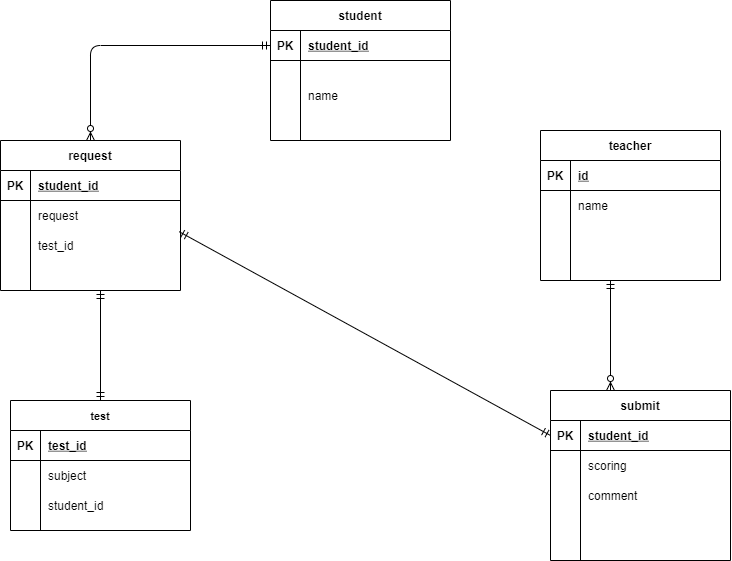
Before: index.drawio.png, a diagram exported from draw.io (kgrkgr/datebase). Source tidied: cells renumbered, new cells last; positions are measured from the earlier drawing's top-left corner, leaving out a move shared by most shapes.
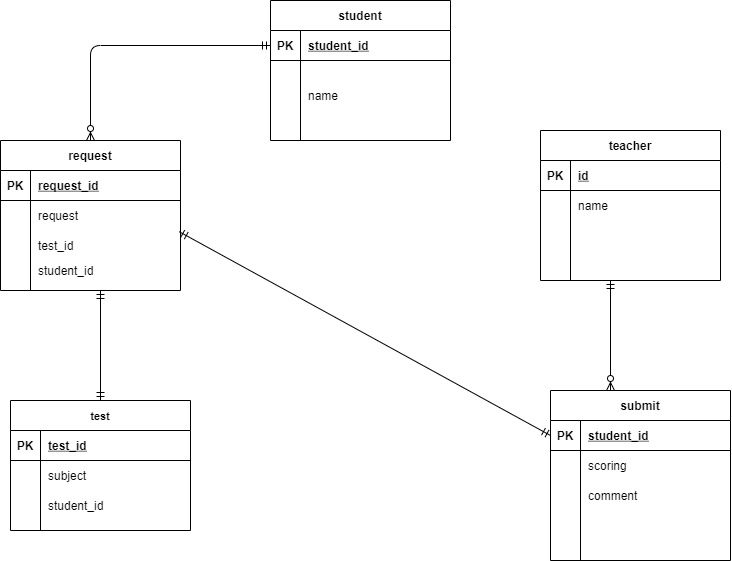
Above is the later version.

What changed in the source:
```diff
@@ -128,7 +128,7 @@
     <mxCell id="43" value="PK" style="shape=partialRectangle;fillColor=none;top=0;left=0;bottom=0;right=0;fontStyle=1;overflow=hidden;" parent="42" vertex="1">
       <mxGeometry width="30" height="30" as="geometry" />
     </mxCell>
-    <mxCell id="44" value="student_id" style="shape=partialRectangle;fillColor=none;top=0;left=0;bottom=0;right=0;align=left;spacingLeft=6;fontStyle=5;overflow=hidden;" parent="42" vertex="1">
+    <mxCell id="44" value="request_id" style="shape=partialRectangle;fillColor=none;top=0;left=0;bottom=0;right=0;align=left;spacingLeft=6;fontStyle=5;overflow=hidden;" parent="42" vertex="1">
       <mxGeometry x="30" width="150" height="30" as="geometry" />
     </mxCell>
     <mxCell id="45" style="shape=partialRectangle;fillColor=none;top=0;left=0;bottom=0;right=0;" parent="41" vertex="1">
@@ -155,7 +155,7 @@
     <mxCell id="52" style="shape=partialRectangle;fillColor=none;top=0;left=0;bottom=0;right=0;overflow=hidden;" parent="51" vertex="1">
       <mxGeometry width="30" height="20" as="geometry" />
     </mxCell>
-    <mxCell id="53" style="shape=partialRectangle;fillColor=none;top=0;left=0;bottom=0;right=0;align=left;spacingLeft=6;overflow=hidden;" parent="51" vertex="1">
+    <mxCell id="53" value="student_id" style="shape=partialRectangle;fillColor=none;top=0;left=0;bottom=0;right=0;align=left;spacingLeft=6;overflow=hidden;" parent="51" vertex="1">
       <mxGeometry x="30" width="150" height="20" as="geometry" />
     </mxCell>
     <mxCell id="54" value="teacher" style="shape=table;startSize=30;rowLines=0;fontStyle=1;align=center;" parent="1" vertex="1">
```
